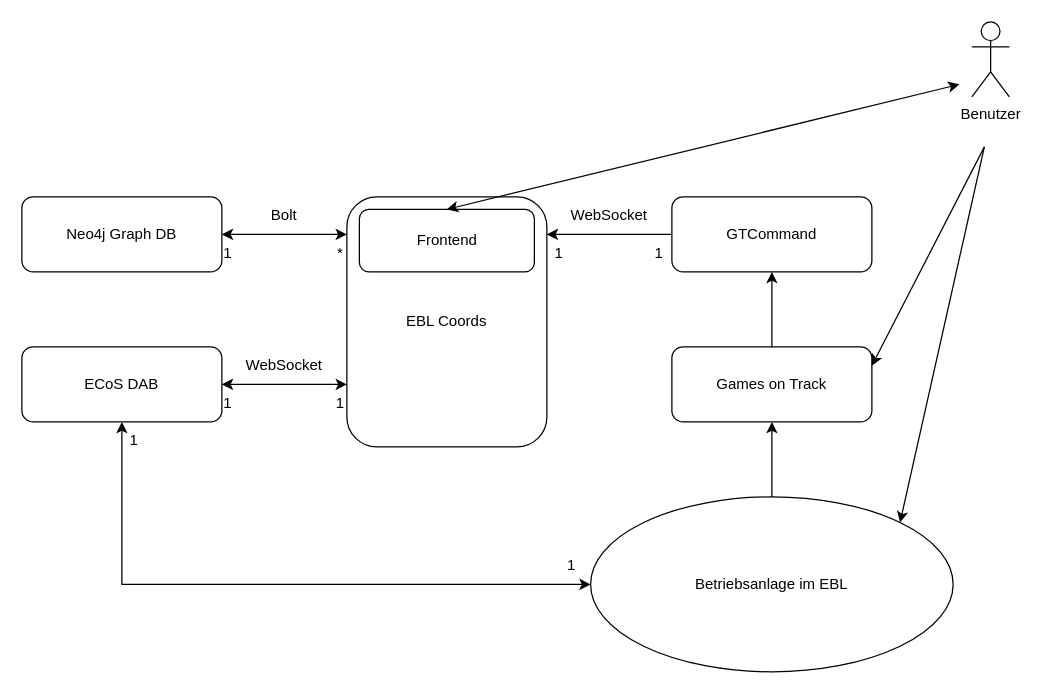
Above: structural/structure_ebl_coords.drawio in pascalreiss/draw_io_stuff (draw.io), before the change. Source tidied: cells renumbered, new cells numbered last; positions are measured from the earlier drawing's top-left corner, leaving out a move shared by most shapes. Both pictures are drawn from the tidied source at 125%, with x=0, y=0 at pixel (21, 21).
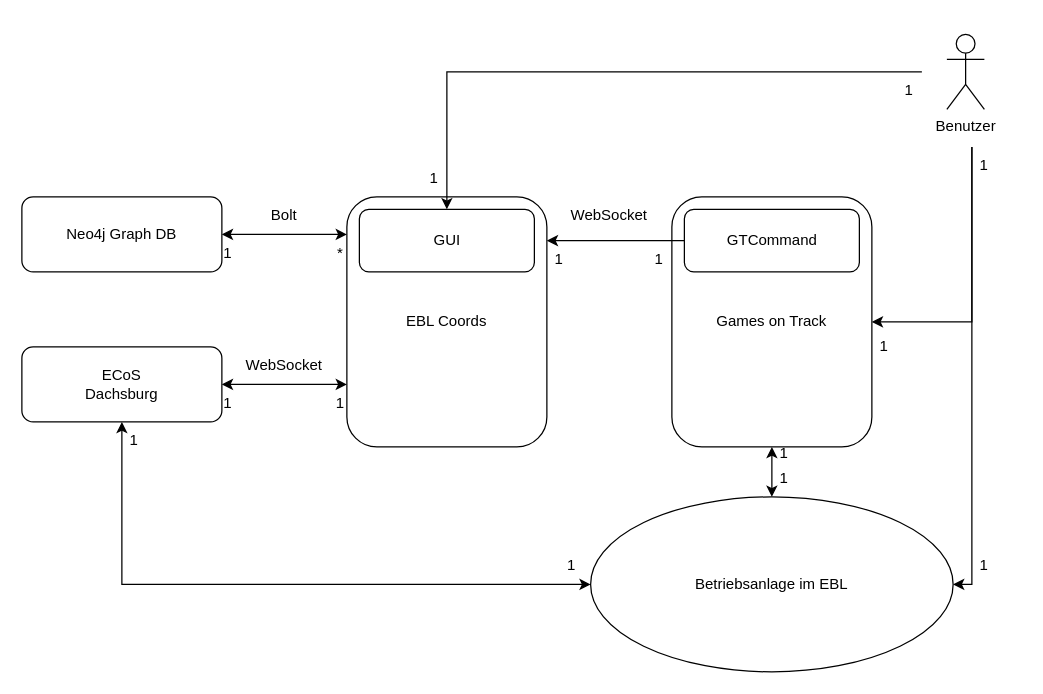
Above is the later version.

The change refers to these unchanged cells:
```xml
<mxCell id="3" style="group;" parent="1" vertex="1">
  <mxGeometry y="260" width="160" height="60" as="geometry" />
</mxCell>
<mxCell id="9" style="group;" parent="1" vertex="1">
  <mxGeometry x="270" y="150" width="140" height="50" as="geometry" />
</mxCell>
<mxCell id="10" style="rounded=1;whiteSpace=wrap;html=1;" parent="9" vertex="1">
  <mxGeometry width="140" height="50" as="geometry" />
</mxCell>
<mxCell id="29" value="Betriebsanlage im EBL" style="ellipse;whiteSpace=wrap;html=1;" parent="1" vertex="1">
  <mxGeometry x="455" y="380" width="290" height="140" as="geometry" />
</mxCell>
```

Diff of the diagram source:
```diff
@@
-    <mxCell id="5" value="ECoS DAB" style="text;html=1;strokeColor=none;fillColor=none;align=center;verticalAlign=middle;whiteSpace=wrap;rounded=0;" parent="3" vertex="1">
+    <mxCell id="5" value="ECoS Dachsburg" style="text;html=1;strokeColor=none;fillColor=none;align=center;verticalAlign=middle;whiteSpace=wrap;rounded=0;" parent="3" vertex="1">
       <mxGeometry x="40" y="25.5" width="80" height="9" as="geometry" />
     </mxCell>
@@
-    <mxCell id="11" value="Frontend" style="text;html=1;strokeColor=none;fillColor=none;align=center;verticalAlign=middle;whiteSpace=wrap;rounded=0;" parent="9" vertex="1">
+    <mxCell id="11" value="GUI" style="text;html=1;strokeColor=none;fillColor=none;align=center;verticalAlign=middle;whiteSpace=wrap;rounded=0;" parent="9" vertex="1">
       <mxGeometry x="52.5" y="18.8" width="35" height="12.5" as="geometry" />
     </mxCell>
@@
-    <mxCell id="15" style="endArrow=classic;html=1;rounded=0;exitX=0;exitY=0.5;exitDx=0;exitDy=0;" parent="1" edge="1" source="17">
-      <mxGeometry relative="1" as="geometry">
-        <mxPoint x="420" y="170" as="targetPoint" />
-      </mxGeometry>
-    </mxCell>
-    <mxCell id="16" style="group;" parent="1" vertex="1">
-      <mxGeometry x="520" y="140" width="160" height="60" as="geometry" />
-    </mxCell>
-    <mxCell id="17" style="rounded=1;whiteSpace=wrap;html=1;" parent="16" vertex="1">
-      <mxGeometry width="160" height="60" as="geometry" />
-    </mxCell>
-    <mxCell id="18" value="GTCommand" style="text;html=1;strokeColor=none;fillColor=none;align=center;verticalAlign=middle;whiteSpace=wrap;rounded=0;" parent="16" vertex="1">
-      <mxGeometry x="30" y="25.5" width="100" height="9" as="geometry" />
-    </mxCell>
@@
-    <mxCell id="21" value="Benutzer" style="shape=umlActor;verticalLabelPosition=bottom;verticalAlign=top;html=1;" parent="1" vertex="1">
-      <mxGeometry x="760" width="30" height="60" as="geometry" />
-    </mxCell>
-    <mxCell id="22" style="endArrow=classic;startArrow=classic;html=1;rounded=0;entryX=0.5;entryY=0;entryDx=0;entryDy=0;" parent="1" edge="1" target="10">
-      <mxGeometry relative="1" as="geometry">
-        <mxPoint x="750" y="50" as="sourcePoint" />
-      </mxGeometry>
-    </mxCell>
@@
     <mxCell id="25" value="1" style="text;html=1;align=center;verticalAlign=middle;whiteSpace=wrap;rounded=0;" parent="1" vertex="1">
-      <mxGeometry x="420" y="170" width="20" height="30" as="geometry" />
+      <mxGeometry x="420" y="174.5" width="20" height="30" as="geometry" />
     </mxCell>
     <mxCell id="26" value="1" style="text;html=1;align=center;verticalAlign=middle;whiteSpace=wrap;rounded=0;" parent="1" vertex="1">
-      <mxGeometry x="500" y="170" width="20" height="30" as="geometry" />
+      <mxGeometry x="500" y="174.5" width="20" height="30" as="geometry" />
     </mxCell>
@@
+    <mxCell id="32" value="1" style="text;html=1;align=center;verticalAlign=middle;whiteSpace=wrap;rounded=0;" parent="1" vertex="1">
+      <mxGeometry x="410" y="420" width="60" height="30" as="geometry" />
+    </mxCell>
+    <mxCell id="35" value="Games on Track" style="rounded=1;whiteSpace=wrap;html=1;" parent="1" vertex="1">
+      <mxGeometry x="520" y="140" width="160" height="200" as="geometry" />
+    </mxCell>
+    <mxCell id="33" value="1" style="text;html=1;align=center;verticalAlign=middle;whiteSpace=wrap;rounded=0;" parent="1" vertex="1">
+      <mxGeometry x="60" y="320" width="60" height="30" as="geometry" />
+    </mxCell>
+    <mxCell id="38" style="group;" parent="1" vertex="1">
+      <mxGeometry x="530" y="150" width="140" height="50" as="geometry" />
+    </mxCell>
+    <mxCell id="39" style="rounded=1;whiteSpace=wrap;html=1;" parent="38" vertex="1">
+      <mxGeometry width="140" height="50" as="geometry" />
+    </mxCell>
+    <mxCell id="18" value="GTCommand" style="text;html=1;strokeColor=none;fillColor=none;align=center;verticalAlign=middle;whiteSpace=wrap;rounded=0;" parent="38" vertex="1">
+      <mxGeometry x="52.5" y="18.8" width="35" height="12.5" as="geometry" />
+    </mxCell>
+    <mxCell id="15" style="endArrow=classic;html=1;rounded=0;exitX=0;exitY=0.5;exitDx=0;exitDy=0;" parent="1" edge="1" source="39">
+      <mxGeometry relative="1" as="geometry">
+        <mxPoint x="420" y="175" as="targetPoint" />
+      </mxGeometry>
+    </mxCell>
-    <mxCell id="31" style="endArrow=classic;html=1;rounded=0;exitX=0.5;exitY=0;exitDx=0;exitDy=0;" parent="1" edge="1" source="29" target="35">
+    <mxCell id="31" style="endArrow=classic;startArrow=classic;html=1;rounded=0;" parent="1" edge="1" source="29" target="35">
       <mxGeometry relative="1" as="geometry" />
     </mxCell>
-    <mxCell id="32" value="1" style="text;html=1;align=center;verticalAlign=middle;whiteSpace=wrap;rounded=0;" parent="1" vertex="1">
-      <mxGeometry x="410" y="420" width="60" height="30" as="geometry" />
-    </mxCell>
-    <mxCell id="33" value="1" style="text;html=1;align=center;verticalAlign=middle;whiteSpace=wrap;rounded=0;" parent="1" vertex="1">
-      <mxGeometry x="60" y="320" width="60" height="30" as="geometry" />
-    </mxCell>
-    <mxCell id="34" style="endArrow=classic;html=1;rounded=0;entryX=1;entryY=0;entryDx=0;entryDy=0;" parent="1" edge="1" target="29">
-      <mxGeometry relative="1" as="geometry">
-        <mxPoint x="770" y="100" as="sourcePoint" />
-      </mxGeometry>
-    </mxCell>
-    <mxCell id="35" value="Games on Track" style="rounded=1;whiteSpace=wrap;html=1;" parent="1" vertex="1">
-      <mxGeometry x="520" y="260" width="160" height="60" as="geometry" />
-    </mxCell>
-    <mxCell id="36" style="endArrow=classic;html=1;rounded=0;entryX=1;entryY=0.25;entryDx=0;entryDy=0;" parent="1" edge="1" target="35">
-      <mxGeometry relative="1" as="geometry">
-        <mxPoint x="770" y="100" as="sourcePoint" />
-      </mxGeometry>
-    </mxCell>
-    <mxCell id="37" style="endArrow=classic;html=1;rounded=0;" parent="1" edge="1" source="35" target="17">
-      <mxGeometry relative="1" as="geometry" />
-    </mxCell>
+    <mxCell id="40" value="1" style="text;html=1;align=center;verticalAlign=middle;whiteSpace=wrap;rounded=0;" parent="1" vertex="1">
+      <mxGeometry x="600" y="330" width="20" height="30" as="geometry" />
+    </mxCell>
+    <mxCell id="41" value="1" style="text;html=1;align=center;verticalAlign=middle;whiteSpace=wrap;rounded=0;" parent="1" vertex="1">
+      <mxGeometry x="600" y="350" width="20" height="30" as="geometry" />
+    </mxCell>
+    <mxCell id="21" value="Benutzer" style="shape=umlActor;verticalLabelPosition=bottom;verticalAlign=top;html=1;" parent="1" vertex="1">
+      <mxGeometry x="740" y="10" width="30" height="60" as="geometry" />
+    </mxCell>
+    <mxCell id="42" style="endArrow=classic;html=1;rounded=0;" parent="1" edge="1" target="10">
+      <mxGeometry relative="1" as="geometry">
+        <mxPoint x="720" y="40" as="sourcePoint" />
+        <Array as="points">
+          <mxPoint x="340" y="40" />
+        </Array>
+      </mxGeometry>
+    </mxCell>
+    <mxCell id="43" style="endArrow=classic;html=1;rounded=0;" parent="1" edge="1" target="35">
+      <mxGeometry relative="1" as="geometry">
+        <mxPoint x="760" y="100" as="sourcePoint" />
+        <Array as="points">
+          <mxPoint x="760" y="240" />
+        </Array>
+      </mxGeometry>
+    </mxCell>
+    <mxCell id="44" style="endArrow=classic;html=1;rounded=0;" parent="1" edge="1" target="29">
+      <mxGeometry relative="1" as="geometry">
+        <mxPoint x="760" y="100" as="sourcePoint" />
+        <Array as="points">
+          <mxPoint x="760" y="450" />
+        </Array>
+      </mxGeometry>
+    </mxCell>
+    <mxCell id="45" value="1" style="text;html=1;align=center;verticalAlign=middle;whiteSpace=wrap;rounded=0;" parent="1" vertex="1">
+      <mxGeometry x="320" y="110" width="20" height="30" as="geometry" />
+    </mxCell>
+    <mxCell id="46" value="1" style="text;html=1;align=center;verticalAlign=middle;whiteSpace=wrap;rounded=0;" parent="1" vertex="1">
+      <mxGeometry x="680" y="244.6" width="20" height="30" as="geometry" />
+    </mxCell>
+    <mxCell id="47" value="1" style="text;html=1;align=center;verticalAlign=middle;whiteSpace=wrap;rounded=0;" parent="1" vertex="1">
+      <mxGeometry x="760" y="420" width="20" height="30" as="geometry" />
+    </mxCell>
+    <mxCell id="48" value="1" style="text;html=1;align=center;verticalAlign=middle;whiteSpace=wrap;rounded=0;" parent="1" vertex="1">
+      <mxGeometry x="760" y="100" width="20" height="30" as="geometry" />
+    </mxCell>
+    <mxCell id="49" value="1" style="text;html=1;align=center;verticalAlign=middle;whiteSpace=wrap;rounded=0;" parent="1" vertex="1">
+      <mxGeometry x="700" y="40" width="20" height="30" as="geometry" />
+    </mxCell>
```
